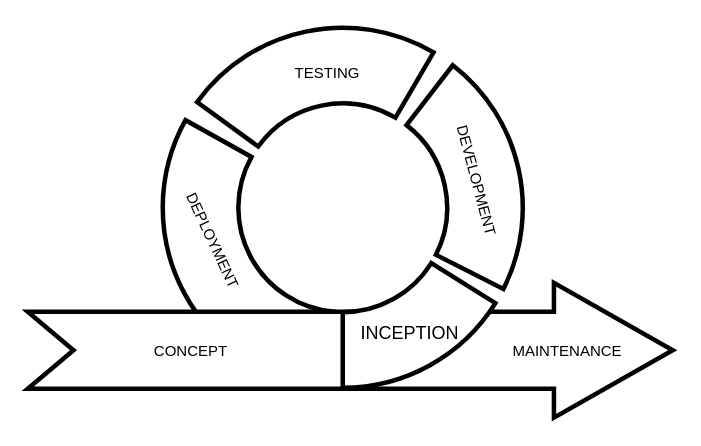
This is DOCS/Diagrams/AGILE Diagram Revised.drawio from alexxGmZ/MenuMaApp, a draw.io file, before an edit. Source tidied: cells renumbered, new cells numbered last; positions are measured from the earlier drawing's top-left corner, leaving out a move shared by most shapes. Both pictures are drawn from the tidied source at 150%, with x=0, y=0 at pixel (27, 27).
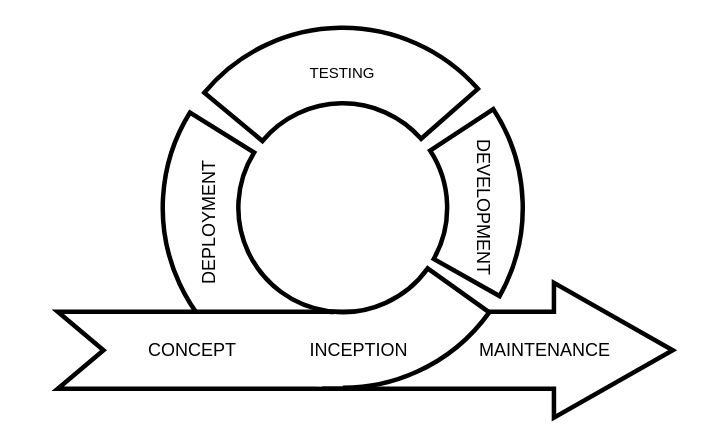
After the change.

Change to the diagram source:
```diff
@@
 <mxGraphModel>
   <root>
     <mxCell id="0" />
     <mxCell id="1" parent="0" />
-    <mxCell id="2" style="verticalLabelPosition=bottom;verticalAlign=top;html=1;shape=mxgraph.basic.partConcEllipse;startAngle=0.5123538468058069;endAngle=0.830860709880253;arcWidth=0.42;strokeWidth=3;" parent="1" vertex="1">
+    <mxCell id="2" style="verticalLabelPosition=bottom;verticalAlign=top;html=1;shape=mxgraph.basic.partConcEllipse;startAngle=0.5220651994738623;endAngle=0.8387354243783428;arcWidth=0.42;strokeWidth=3;" parent="1" vertex="1">
       <mxGeometry x="90" width="240" height="240" as="geometry" />
     </mxCell>
     <mxCell id="3" style="html=1;shadow=0;dashed=0;align=center;verticalAlign=middle;shape=mxgraph.arrows2.arrow;dy=0.43;dx=79.21;flipH=0;notch=30.5;strokeWidth=3;" parent="1" vertex="1">
-      <mxGeometry y="170" width="430" height="90" as="geometry" />
+      <mxGeometry x="20" y="170" width="410" height="90" as="geometry" />
     </mxCell>
-    <mxCell id="4" style="verticalLabelPosition=bottom;verticalAlign=top;html=1;shape=mxgraph.basic.partConcEllipse;startAngle=0.33890384224467646;endAngle=0.5;arcWidth=0.42;strokeWidth=3;" parent="1" vertex="1">
+    <mxCell id="4" style="verticalLabelPosition=bottom;verticalAlign=top;html=1;shape=mxgraph.basic.partConcEllipse;startAngle=0.3487157716443733;endAngle=0.5161842834154327;arcWidth=0.42;strokeWidth=3;" parent="1" vertex="1">
       <mxGeometry x="90" width="240" height="240" as="geometry" />
     </mxCell>
-    <mxCell id="5" style="verticalLabelPosition=bottom;verticalAlign=top;html=1;shape=mxgraph.basic.partConcEllipse;startAngle=0.10464887038841793;endAngle=0.3245055033377264;arcWidth=0.42;strokeWidth=3;" parent="1" vertex="1">
+    <mxCell id="5" style="verticalLabelPosition=bottom;verticalAlign=top;html=1;shape=mxgraph.basic.partConcEllipse;startAngle=0.15778453946606544;endAngle=0.33163614296200095;arcWidth=0.42;strokeWidth=3;" parent="1" vertex="1">
       <mxGeometry x="90" width="240" height="240" as="geometry" />
     </mxCell>
-    <mxCell id="6" value="&lt;font style=&quot;font-size: 10px;&quot;&gt;CONCEPT&lt;/font&gt;" style="text;html=1;strokeColor=none;fillColor=none;align=center;verticalAlign=middle;whiteSpace=wrap;rounded=0;strokeWidth=3;" parent="1" vertex="1">
-      <mxGeometry x="69" y="200" width="80" height="30" as="geometry" />
+    <mxCell id="6" value="&lt;font style=&quot;font-size: 12px;&quot;&gt;CONCEPT&lt;/font&gt;" style="text;html=1;strokeColor=none;fillColor=none;align=center;verticalAlign=middle;whiteSpace=wrap;rounded=0;strokeWidth=3;" parent="1" vertex="1">
+      <mxGeometry x="70" y="200" width="80" height="30" as="geometry" />
     </mxCell>
-    <mxCell id="7" value="&lt;div style=&quot;&quot;&gt;&lt;font style=&quot;font-size: 12px;&quot;&gt;INCEPTION&lt;/font&gt;&lt;/div&gt;" style="text;html=1;strokeColor=none;fillColor=none;align=center;verticalAlign=middle;whiteSpace=wrap;rounded=0;strokeWidth=3;rotation=0;" parent="1" vertex="1">
-      <mxGeometry x="225" y="189" width="60" height="30" as="geometry" />
-    </mxCell>
-    <mxCell id="8" value="&lt;div style=&quot;&quot;&gt;&lt;font style=&quot;font-size: 10px;&quot;&gt;DEVELOPMENT&lt;/font&gt;&lt;/div&gt;" style="text;html=1;strokeColor=none;fillColor=none;align=center;verticalAlign=middle;whiteSpace=wrap;rounded=0;strokeWidth=3;rotation=75;" parent="1" vertex="1">
-      <mxGeometry x="256" y="92" width="88" height="20" as="geometry" />
+    <mxCell id="8" value="&lt;div style=&quot;&quot;&gt;&lt;font style=&quot;font-size: 12px;&quot;&gt;DEVELOPMENT&lt;/font&gt;&lt;/div&gt;" style="text;html=1;strokeColor=none;fillColor=none;align=center;verticalAlign=middle;whiteSpace=wrap;rounded=0;strokeWidth=3;rotation=90;" parent="1" vertex="1">
+      <mxGeometry x="260" y="110" width="88" height="20" as="geometry" />
     </mxCell>
-    <mxCell id="9" style="verticalLabelPosition=bottom;verticalAlign=top;html=1;shape=mxgraph.basic.partConcEllipse;startAngle=0.8498391996427287;endAngle=0.08415680048955122;arcWidth=0.42;strokeWidth=3;" parent="1" vertex="1">
+    <mxCell id="9" style="verticalLabelPosition=bottom;verticalAlign=top;html=1;shape=mxgraph.basic.partConcEllipse;startAngle=0.860329887143208;endAngle=0.1351450632786287;arcWidth=0.42;strokeWidth=3;" parent="1" vertex="1">
       <mxGeometry x="90" width="240" height="240" as="geometry" />
     </mxCell>
     <mxCell id="10" value="&lt;div style=&quot;&quot;&gt;&lt;font style=&quot;font-size: 10px;&quot;&gt;TESTING&lt;/font&gt;&lt;/div&gt;" style="text;html=1;strokeColor=none;fillColor=none;align=center;verticalAlign=middle;whiteSpace=wrap;rounded=0;strokeWidth=3;" parent="1" vertex="1">
-      <mxGeometry x="175" y="20" width="50" height="20" as="geometry" />
+      <mxGeometry x="185" y="20" width="50" height="20" as="geometry" />
     </mxCell>
-    <mxCell id="11" value="&lt;div style=&quot;&quot;&gt;&lt;font style=&quot;font-size: 10px;&quot;&gt;DEPLOYMENT&lt;/font&gt;&lt;/div&gt;" style="text;html=1;strokeColor=none;fillColor=none;align=center;verticalAlign=middle;whiteSpace=wrap;rounded=0;strokeWidth=3;rotation=65;" parent="1" vertex="1">
-      <mxGeometry x="99" y="132" width="50" height="20" as="geometry" />
+    <mxCell id="11" value="&lt;div style=&quot;&quot;&gt;&lt;font style=&quot;font-size: 12px;&quot;&gt;DEPLOYMENT&lt;/font&gt;&lt;/div&gt;" style="text;html=1;strokeColor=none;fillColor=none;align=center;verticalAlign=middle;whiteSpace=wrap;rounded=0;strokeWidth=3;rotation=-90;" parent="1" vertex="1">
+      <mxGeometry x="80" y="120" width="82" height="20" as="geometry" />
     </mxCell>
-    <mxCell id="12" value="&lt;font style=&quot;font-size: 10px;&quot;&gt;MAINTENANCE&lt;/font&gt;" style="text;html=1;strokeColor=none;fillColor=none;align=center;verticalAlign=middle;whiteSpace=wrap;rounded=0;strokeWidth=3;" parent="1" vertex="1">
-      <mxGeometry x="320" y="200" width="80" height="30" as="geometry" />
+    <mxCell id="12" value="&lt;font style=&quot;font-size: 12px;&quot;&gt;MAINTENANCE&lt;/font&gt;" style="text;html=1;strokeColor=none;fillColor=none;align=center;verticalAlign=middle;whiteSpace=wrap;rounded=0;strokeWidth=3;" parent="1" vertex="1">
+      <mxGeometry x="300" y="200" width="90" height="30" as="geometry" />
     </mxCell>
+    <mxCell id="13" style="rounded=0;whiteSpace=wrap;html=1;strokeWidth=0;fontSize=12;strokeColor=none;" parent="1" vertex="1">
+      <mxGeometry x="191" y="191" width="14" height="20" as="geometry" />
+    </mxCell>
+    <mxCell id="14" style="rounded=0;whiteSpace=wrap;html=1;strokeWidth=0;fontSize=12;strokeColor=none;" parent="1" vertex="1">
+      <mxGeometry x="193" y="210" width="17" height="29" as="geometry" />
+    </mxCell>
+    <mxCell id="7" value="&lt;div style=&quot;&quot;&gt;&lt;font style=&quot;font-size: 12px;&quot;&gt;INCEPTION&lt;/font&gt;&lt;/div&gt;" style="text;html=1;strokeColor=none;fillColor=none;align=center;verticalAlign=middle;whiteSpace=wrap;rounded=0;strokeWidth=3;rotation=0;" parent="1" vertex="1">
+      <mxGeometry x="191" y="200" width="60" height="30" as="geometry" />
+    </mxCell>
   </root>
 </mxGraphModel>
```
